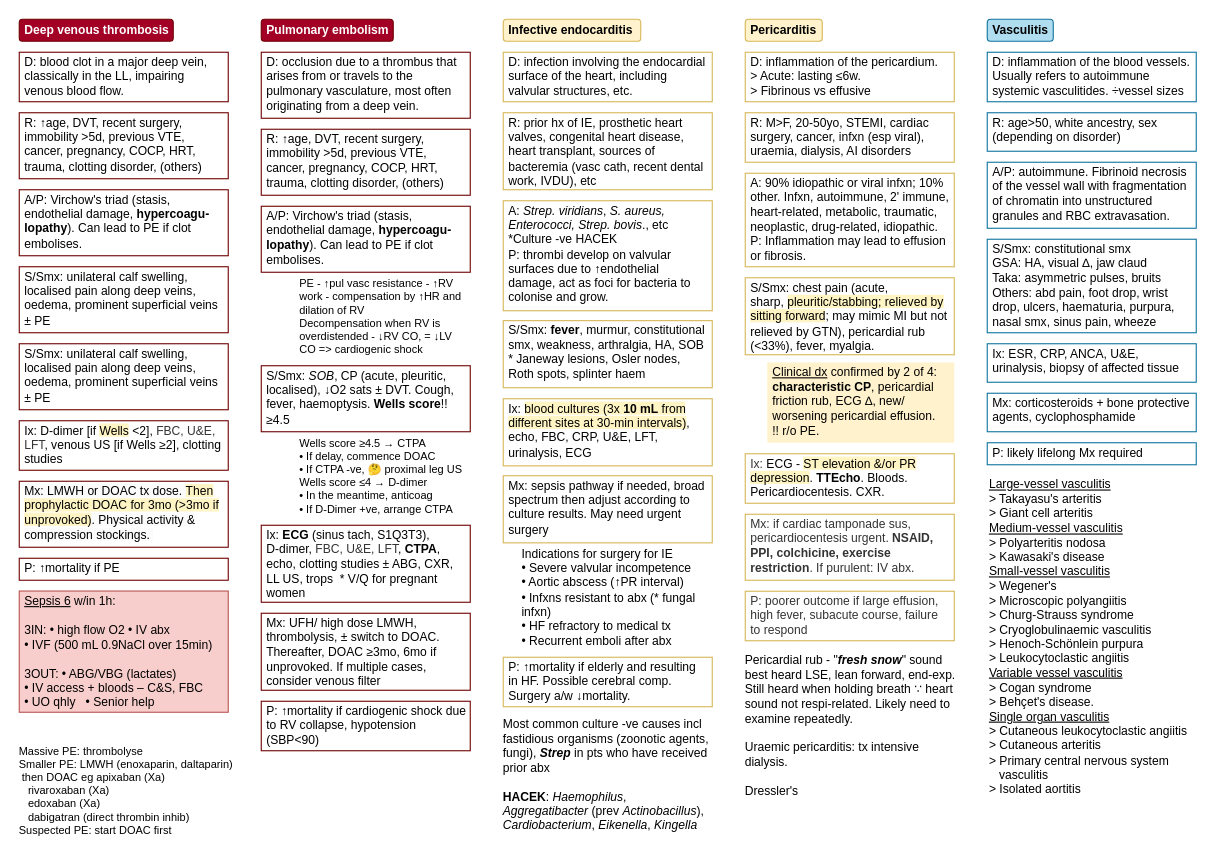
This is page "page-3" (3 of 5) of 01 CVS.drawio from joankl924/storage, a draw.io file, before an edit. Source tidied: cells renumbered, new cells numbered last; positions are measured from the earlier drawing's top-left corner, leaving out a move shared by most shapes. Both pictures are drawn from the tidied source at 110%, with x=0, y=0 at pixel (19, 19).
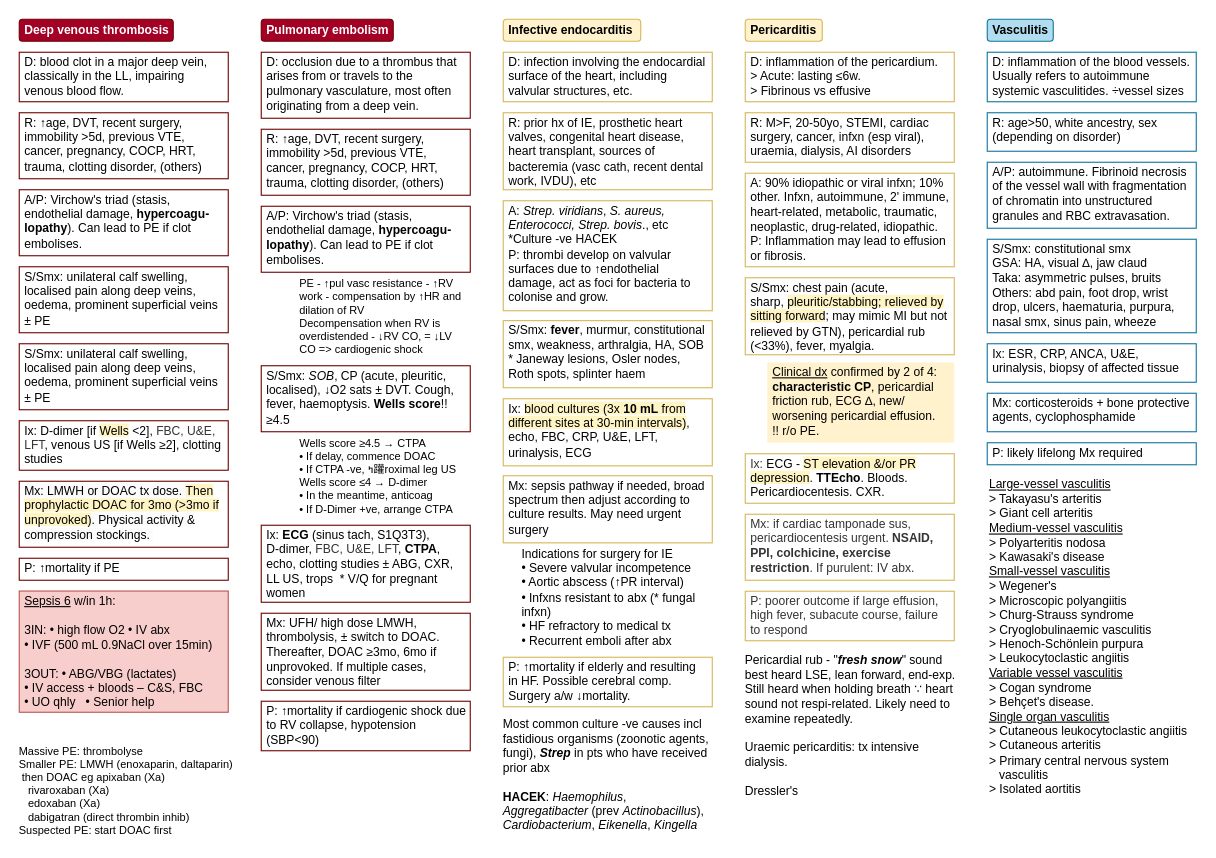
After the change.

Diff of the diagram source:
```diff
@@
-    <mxCell id="16" value="&lt;font style=&quot;font-size: 10px;&quot;&gt;Wells score ≥4.5 → CTPA&lt;br style=&quot;font-size: 10px;&quot;&gt;• If delay, commence DOAC&lt;br style=&quot;font-size: 10px;&quot;&gt;• If CTPA -ve, 🤔 proximal leg US&lt;br style=&quot;font-size: 10px;&quot;&gt;Wells score ≤4 → D-dimer&lt;br style=&quot;font-size: 10px;&quot;&gt;• In the meantime, anticoag&lt;br style=&quot;font-size: 10px;&quot;&gt;• If D-Dimer +ve, arrange CTPA&lt;br style=&quot;font-size: 10px;&quot;&gt;&lt;/font&gt;" style="text;html=1;strokeColor=none;fillColor=none;align=left;verticalAlign=top;whiteSpace=wrap;rounded=0;fontSize=10;fontColor=#000000;spacing=0;spacingTop=-5;" parent="1" vertex="1">
+    <mxCell id="16" value="&lt;font style=&quot;font-size: 10px;&quot;&gt;Wells score ≥4.5 → CTPA&lt;br style=&quot;font-size: 10px;&quot;&gt;• If delay, commence DOAC&lt;br style=&quot;font-size: 10px;&quot;&gt;• If CTPA -ve, ߤ䠰roximal leg US&lt;br style=&quot;font-size: 10px;&quot;&gt;Wells score ≤4 → D-dimer&lt;br style=&quot;font-size: 10px;&quot;&gt;• In the meantime, anticoag&lt;br style=&quot;font-size: 10px;&quot;&gt;• If D-Dimer +ve, arrange CTPA&lt;br style=&quot;font-size: 10px;&quot;&gt;&lt;/font&gt;" style="text;html=1;strokeColor=none;fillColor=none;align=left;verticalAlign=top;whiteSpace=wrap;rounded=0;fontSize=10;fontColor=#000000;spacing=0;spacingTop=-5;" parent="1" vertex="1">
       <mxGeometry x="255" y="380" width="150" height="70" as="geometry" />
     </mxCell>
```
